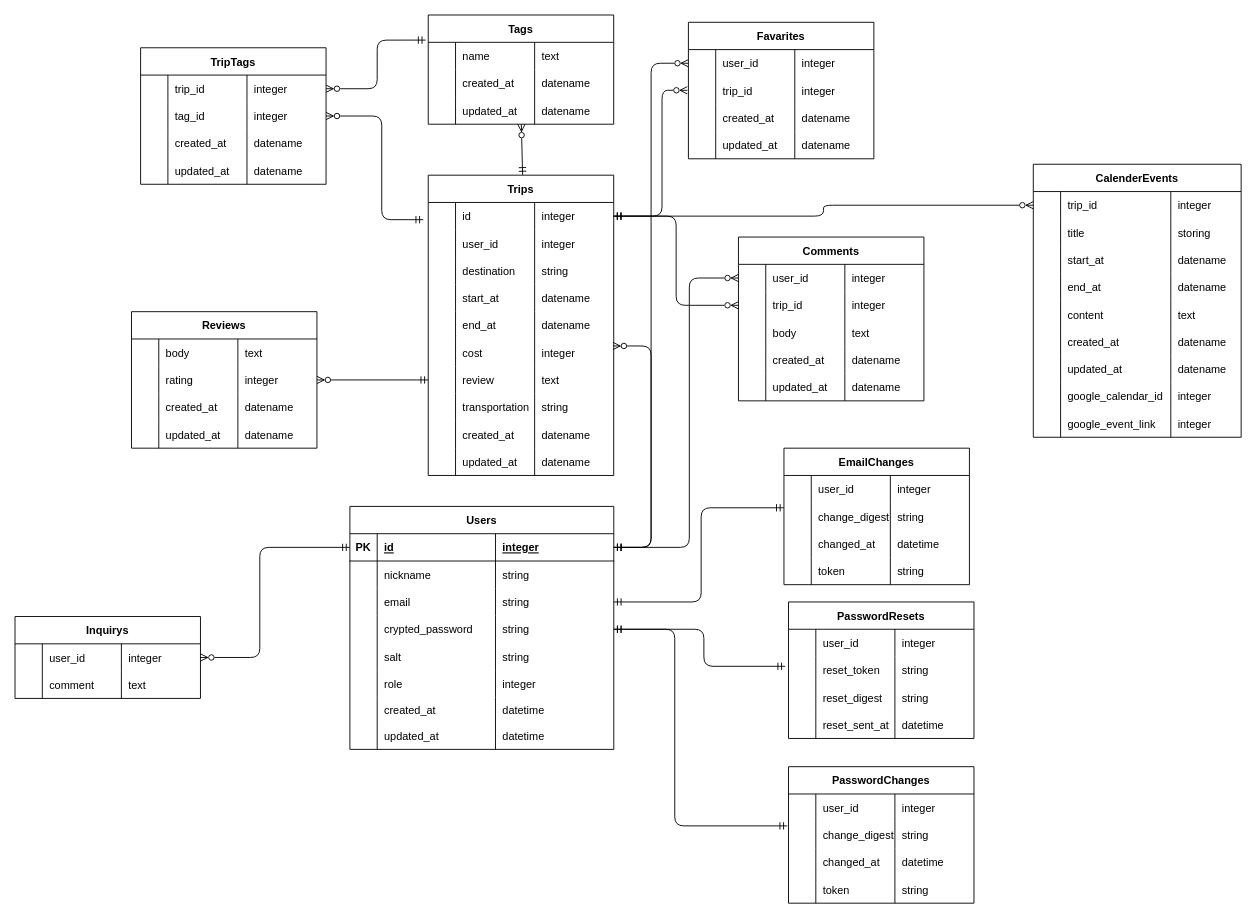
This is ER.dio from seki221/readme, a draw.io file, before an edit. Source tidied: cells renumbered, new cells numbered last; positions are measured from the earlier drawing's top-left corner, leaving out a move shared by most shapes. Both pictures are drawn from the tidied source at 91%, with x=0, y=0 at pixel (15, 15).
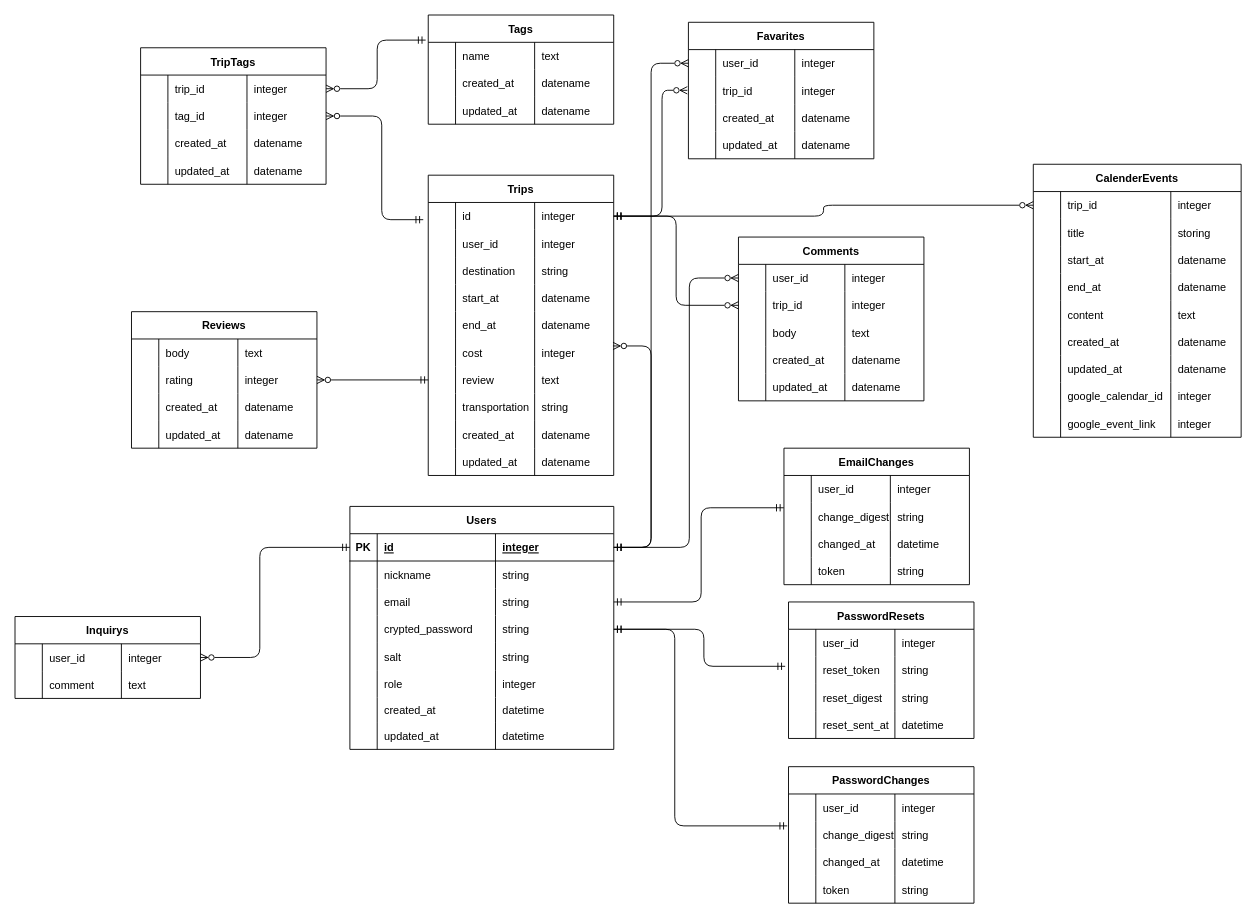
The same diagram, later.

Commit message:
リレーションの線の訂正

The change refers to these unchanged cells:
```xml
<mxCell id="35" value="Trips" style="shape=table;startSize=30;childLayout=tableLayout;rowLines=0;fontStyle=1;align=center;" parent="1" vertex="1">
  <mxGeometry x="454.1" y="176" width="203.8" height="330" as="geometry" />
</mxCell>
<mxCell id="86" style="shape=tableRow;horizontal=0;startSize=0;swimlaneHead=0;swimlaneBody=0;fillColor=none;points=[[0,0.5],[1,0.5]];portConstraint=eastwest;top=0;left=0;right=0;bottom=0;" parent="77" vertex="1">
  <mxGeometry y="90" width="203.8" height="30" as="geometry" />
</mxCell>
```

What changed in the source:
```diff
@@
-    <mxCell id="261" style="fontSize=12;html=1;endArrow=ERzeroToMany;startArrow=ERmandOne;endFill=0;exitX=0.509;exitY=-0.001;exitDx=0;exitDy=0;exitPerimeter=0;" parent="1" edge="1" source="35" target="86">
-      <mxGeometry relative="1" as="geometry" />
-    </mxCell>
```
